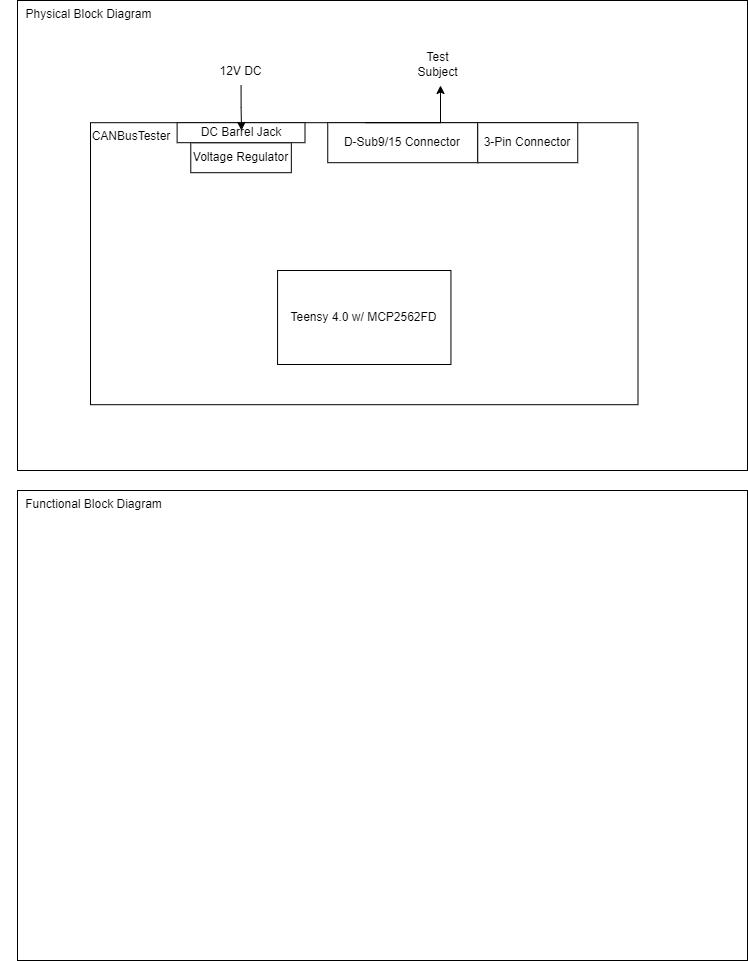
Above: figures/CANBusTester.drawio.png in SystemsCyber/CANBusTester (draw.io), before the change. Source tidied: cells renumbered, new cells last; positions are measured from the earlier drawing's top-left corner, leaving out a move shared by most shapes. The source it was exported from:
```xml
<mxGraphModel>
  <root>
    <mxCell id="0" />
    <mxCell id="1" parent="0" />
    <mxCell id="2" style="group;" parent="1" vertex="1">
      <mxGeometry x="17" width="730" height="470" as="geometry" />
    </mxCell>
    <mxCell id="3" style="rounded=0;whiteSpace=wrap;html=1;" parent="2" vertex="1">
      <mxGeometry width="730" height="470" as="geometry" />
    </mxCell>
    <mxCell id="4" style="group;" parent="2" vertex="1">
      <mxGeometry x="73" y="122.2" width="547.5" height="282" as="geometry" />
    </mxCell>
    <mxCell id="5" style="rounded=0;whiteSpace=wrap;html=1;" parent="4" vertex="1">
      <mxGeometry width="547.5" height="282" as="geometry" />
    </mxCell>
    <mxCell id="6" value="CANBusTester" style="text;html=1;strokeColor=none;fillColor=none;align=center;verticalAlign=middle;whiteSpace=wrap;rounded=0;" parent="4" vertex="1">
      <mxGeometry width="82.1" height="28.2" as="geometry" />
    </mxCell>
    <mxCell id="7" value="D-Sub9/15 Connector" style="rounded=0;whiteSpace=wrap;html=1;" parent="4" vertex="1">
      <mxGeometry x="237.2" width="150" height="40" as="geometry" />
    </mxCell>
    <mxCell id="8" value="Voltage Regulator" style="rounded=0;whiteSpace=wrap;html=1;" parent="4" vertex="1">
      <mxGeometry x="100.3" y="20" width="100.6" height="30" as="geometry" />
    </mxCell>
    <mxCell id="9" value="3-Pin Connector" style="rounded=0;whiteSpace=wrap;html=1;" parent="4" vertex="1">
      <mxGeometry x="387.2" width="100" height="40" as="geometry" />
    </mxCell>
    <mxCell id="10" value="DC Barrel Jack" style="rounded=0;whiteSpace=wrap;html=1;" parent="4" vertex="1">
      <mxGeometry x="86.6" width="127.9" height="20" as="geometry" />
    </mxCell>
    <mxCell id="11" style="group;" parent="4" vertex="1">
      <mxGeometry x="187.1" y="147.8" width="173.4" height="94" as="geometry" />
    </mxCell>
    <mxCell id="12" value="Teensy 4.0 w/ MCP2562FD" style="rounded=0;whiteSpace=wrap;html=1;" parent="11" vertex="1">
      <mxGeometry width="173.4" height="94" as="geometry" />
    </mxCell>
    <mxCell id="13" value="Physical Block Diagram" style="text;html=1;strokeColor=none;fillColor=none;align=center;verticalAlign=middle;whiteSpace=wrap;rounded=0;" parent="2" vertex="1">
      <mxGeometry x="-17" width="177" height="28.2" as="geometry" />
    </mxCell>
    <mxCell id="14" value="12V DC" style="text;html=1;strokeColor=none;fillColor=none;align=center;verticalAlign=middle;whiteSpace=wrap;rounded=0;" parent="2" vertex="1">
      <mxGeometry x="196.2" y="56.4" width="54.8" height="28.2" as="geometry" />
    </mxCell>
    <mxCell id="15" value="Test Subject&lt;br&gt;" style="text;html=1;strokeColor=none;fillColor=none;align=center;verticalAlign=middle;whiteSpace=wrap;rounded=0;" parent="2" vertex="1">
      <mxGeometry x="393" y="50" width="54.8" height="28.2" as="geometry" />
    </mxCell>
    <mxCell id="16" style="edgeStyle=orthogonalEdgeStyle;rounded=0;jettySize=auto;html=1;exitX=0.25;exitY=0;exitDx=0;exitDy=0;" parent="2" edge="1" source="7">
      <mxGeometry relative="1" as="geometry">
        <mxPoint x="423" y="85" as="targetPoint" />
        <Array as="points">
          <mxPoint x="423" y="122" />
          <mxPoint x="423" y="85" />
        </Array>
      </mxGeometry>
    </mxCell>
    <mxCell id="17" style="group;" parent="1" vertex="1">
      <mxGeometry x="17" y="490" width="730" height="470" as="geometry" />
    </mxCell>
    <mxCell id="18" style="group;" parent="17" vertex="1">
      <mxGeometry x="-7" width="737" height="470" as="geometry" />
    </mxCell>
    <mxCell id="19" style="rounded=0;whiteSpace=wrap;html=1;" parent="18" vertex="1">
      <mxGeometry x="7" width="730" height="470" as="geometry" />
    </mxCell>
    <mxCell id="20" value="Functional Block Diagram" style="text;html=1;strokeColor=none;fillColor=none;align=center;verticalAlign=middle;whiteSpace=wrap;rounded=0;" parent="18" vertex="1">
      <mxGeometry width="167" height="28.2" as="geometry" />
    </mxCell>
    <mxCell id="21" style="edgeStyle=orthogonalEdgeStyle;rounded=0;jettySize=auto;html=1;exitX=0.5;exitY=1;exitDx=0;exitDy=0;" parent="1" edge="1" source="14">
      <mxGeometry relative="1" as="geometry">
        <mxPoint x="241" y="130" as="targetPoint" />
      </mxGeometry>
    </mxCell>
  </root>
</mxGraphModel>
```
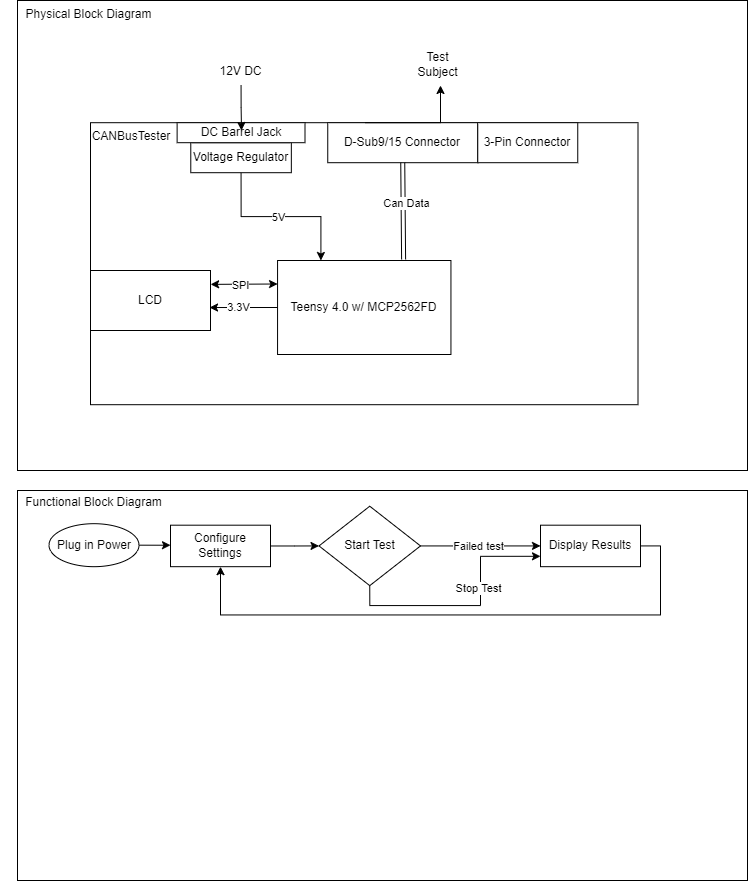
After the commit.

Change to the diagram source:
```diff
@@ -20,6 +20,12 @@
     <mxCell id="7" value="D-Sub9/15 Connector" style="rounded=0;whiteSpace=wrap;html=1;" parent="4" vertex="1">
       <mxGeometry x="237.2" width="150" height="40" as="geometry" />
     </mxCell>
+    <mxCell id="22" style="edgeStyle=orthogonalEdgeStyle;rounded=0;jettySize=auto;html=1;exitX=0.5;exitY=1;exitDx=0;exitDy=0;entryX=0.25;entryY=0;entryDx=0;entryDy=0;" parent="4" edge="1" source="8" target="12">
+      <mxGeometry relative="1" as="geometry" />
+    </mxCell>
+    <mxCell id="23" value="5V" style="edgeLabel;html=1;align=center;verticalAlign=middle;" parent="22" vertex="1">
+      <mxGeometry x="-0.03" y="-1" relative="1" as="geometry" />
+    </mxCell>
     <mxCell id="8" value="Voltage Regulator" style="rounded=0;whiteSpace=wrap;html=1;" parent="4" vertex="1">
       <mxGeometry x="100.3" y="20" width="100.6" height="30" as="geometry" />
     </mxCell>
@@ -30,11 +36,34 @@
       <mxGeometry x="86.6" width="127.9" height="20" as="geometry" />
     </mxCell>
     <mxCell id="11" style="group;" parent="4" vertex="1">
-      <mxGeometry x="187.1" y="147.8" width="173.4" height="94" as="geometry" />
+      <mxGeometry x="187.1" y="137.8" width="173.4" height="94" as="geometry" />
     </mxCell>
     <mxCell id="12" value="Teensy 4.0 w/ MCP2562FD" style="rounded=0;whiteSpace=wrap;html=1;" parent="11" vertex="1">
       <mxGeometry width="173.4" height="94" as="geometry" />
     </mxCell>
+    <mxCell id="24" value="LCD" style="rounded=0;whiteSpace=wrap;html=1;" parent="4" vertex="1">
+      <mxGeometry y="147.8" width="120" height="60" as="geometry" />
+    </mxCell>
+    <mxCell id="25" style="edgeStyle=orthogonalEdgeStyle;rounded=0;jettySize=auto;html=1;exitX=0;exitY=0.5;exitDx=0;exitDy=0;entryX=0.992;entryY=0.617;entryDx=0;entryDy=0;entryPerimeter=0;" parent="4" edge="1" source="12" target="24">
+      <mxGeometry relative="1" as="geometry" />
+    </mxCell>
+    <mxCell id="26" value="3.3V" style="edgeLabel;html=1;align=center;verticalAlign=middle;" parent="25" vertex="1">
+      <mxGeometry x="0.17" relative="1" as="geometry">
+        <mxPoint x="1" as="offset" />
+      </mxGeometry>
+    </mxCell>
+    <mxCell id="27" style="shape=link;html=1;rounded=0;entryX=0.5;entryY=1;entryDx=0;entryDy=0;exitX=0.727;exitY=-0.011;exitDx=0;exitDy=0;exitPerimeter=0;" parent="4" edge="1" source="12" target="7">
+      <mxGeometry relative="1" as="geometry" />
+    </mxCell>
+    <mxCell id="28" value="Can Data" style="edgeLabel;html=1;align=center;verticalAlign=middle;" parent="27" vertex="1">
+      <mxGeometry x="0.17" y="-3" relative="1" as="geometry" />
+    </mxCell>
+    <mxCell id="29" style="endArrow=classic;startArrow=classic;html=1;rounded=0;entryX=0;entryY=0.25;entryDx=0;entryDy=0;exitX=1.001;exitY=0.231;exitDx=0;exitDy=0;exitPerimeter=0;" parent="4" edge="1" source="24" target="12">
+      <mxGeometry relative="1" as="geometry" />
+    </mxCell>
+    <mxCell id="30" value="SPI" style="edgeLabel;html=1;align=center;verticalAlign=middle;" parent="29" vertex="1">
+      <mxGeometry x="-0.12" y="-1" relative="1" as="geometry" />
+    </mxCell>
     <mxCell id="13" value="Physical Block Diagram" style="text;html=1;strokeColor=none;fillColor=none;align=center;verticalAlign=middle;whiteSpace=wrap;rounded=0;" parent="2" vertex="1">
       <mxGeometry x="-17" width="177" height="28.2" as="geometry" />
     </mxCell>
@@ -53,22 +82,60 @@
         </Array>
       </mxGeometry>
     </mxCell>
-    <mxCell id="17" style="group;" parent="1" vertex="1">
-      <mxGeometry x="17" y="490" width="730" height="470" as="geometry" />
-    </mxCell>
+    <mxCell id="21" style="edgeStyle=orthogonalEdgeStyle;rounded=0;jettySize=auto;html=1;exitX=0.5;exitY=1;exitDx=0;exitDy=0;" parent="1" edge="1" source="14">
+      <mxGeometry relative="1" as="geometry">
+        <mxPoint x="241" y="130" as="targetPoint" />
+      </mxGeometry>
+    </mxCell>
-    <mxCell id="18" style="group;" parent="17" vertex="1">
-      <mxGeometry x="-7" width="737" height="470" as="geometry" />
+    <mxCell id="18" style="group;" parent="1" vertex="1">
+      <mxGeometry x="10" y="490" width="737" height="390" as="geometry" />
     </mxCell>
     <mxCell id="19" style="rounded=0;whiteSpace=wrap;html=1;" parent="18" vertex="1">
-      <mxGeometry x="7" width="730" height="470" as="geometry" />
+      <mxGeometry x="7" width="730" height="390" as="geometry" />
     </mxCell>
     <mxCell id="20" value="Functional Block Diagram" style="text;html=1;strokeColor=none;fillColor=none;align=center;verticalAlign=middle;whiteSpace=wrap;rounded=0;" parent="18" vertex="1">
-      <mxGeometry width="167" height="28.2" as="geometry" />
+      <mxGeometry width="167" height="23.4" as="geometry" />
     </mxCell>
-    <mxCell id="21" style="edgeStyle=orthogonalEdgeStyle;rounded=0;jettySize=auto;html=1;exitX=0.5;exitY=1;exitDx=0;exitDy=0;" parent="1" edge="1" source="14">
-      <mxGeometry relative="1" as="geometry">
-        <mxPoint x="241" y="130" as="targetPoint" />
-      </mxGeometry>
-    </mxCell>
+    <mxCell id="31" style="edgeStyle=orthogonalEdgeStyle;rounded=0;jettySize=auto;html=1;exitX=1;exitY=0.5;exitDx=0;exitDy=0;entryX=0;entryY=0.5;entryDx=0;entryDy=0;" parent="18" edge="1" source="32" target="34">
+      <mxGeometry relative="1" as="geometry" />
+    </mxCell>
+    <mxCell id="32" value="Plug in Power" style="ellipse;whiteSpace=wrap;html=1;" parent="18" vertex="1">
+      <mxGeometry x="38.5" y="33.2" width="90" height="43" as="geometry" />
+    </mxCell>
+    <mxCell id="33" style="edgeStyle=orthogonalEdgeStyle;rounded=0;jettySize=auto;html=1;" parent="18" edge="1" source="34" target="39">
+      <mxGeometry relative="1" as="geometry" />
+    </mxCell>
+    <mxCell id="34" value="Configure Settings" style="rounded=0;whiteSpace=wrap;html=1;" parent="18" vertex="1">
+      <mxGeometry x="160" y="34.7" width="100" height="41.5" as="geometry" />
+    </mxCell>
+    <mxCell id="35" style="edgeStyle=orthogonalEdgeStyle;rounded=0;jettySize=auto;html=1;exitX=1;exitY=0.5;exitDx=0;exitDy=0;entryX=0;entryY=0.5;entryDx=0;entryDy=0;" parent="18" edge="1" source="39" target="41">
+      <mxGeometry relative="1" as="geometry" />
+    </mxCell>
+    <mxCell id="36" value="Failed test" style="edgeLabel;html=1;align=center;verticalAlign=middle;" parent="35" vertex="1">
+      <mxGeometry x="-0.41" y="-2" relative="1" as="geometry">
+        <mxPoint x="22" y="-2" as="offset" />
+      </mxGeometry>
+    </mxCell>
+    <mxCell id="37" style="edgeStyle=orthogonalEdgeStyle;rounded=0;jettySize=auto;html=1;exitX=0.5;exitY=1;exitDx=0;exitDy=0;entryX=0;entryY=0.75;entryDx=0;entryDy=0;" parent="18" edge="1" source="39" target="41">
+      <mxGeometry relative="1" as="geometry" />
+    </mxCell>
+    <mxCell id="38" value="Stop Test" style="edgeLabel;html=1;align=center;verticalAlign=middle;" parent="37" vertex="1">
+      <mxGeometry x="0.23" y="2" relative="1" as="geometry" />
+    </mxCell>
+    <mxCell id="39" value="Start Test" style="rhombus;whiteSpace=wrap;html=1;" parent="18" vertex="1">
+      <mxGeometry x="308.5" y="15.7" width="101.5" height="79.4" as="geometry" />
+    </mxCell>
+    <mxCell id="40" style="edgeStyle=orthogonalEdgeStyle;rounded=0;jettySize=auto;html=1;exitX=1;exitY=0.5;exitDx=0;exitDy=0;entryX=0.5;entryY=1;entryDx=0;entryDy=0;" parent="18" edge="1" source="41" target="34">
+      <mxGeometry relative="1" as="geometry">
+        <Array as="points">
+          <mxPoint x="650" y="55.6" />
+          <mxPoint x="650" y="124.5" />
+          <mxPoint x="210" y="124.5" />
+        </Array>
+      </mxGeometry>
+    </mxCell>
+    <mxCell id="41" value="Display Results" style="rounded=0;whiteSpace=wrap;html=1;" parent="18" vertex="1">
+      <mxGeometry x="530" y="34.7" width="100" height="41.5" as="geometry" />
+    </mxCell>
   </root>
 </mxGraphModel>
```
